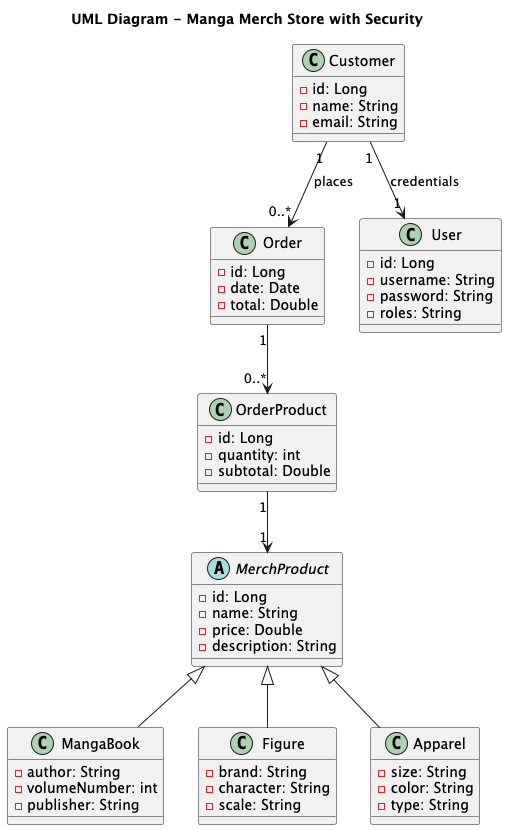
Before: ecommerce/docs/diagrams/ClassDiagram.png, a diagram exported from PlantUML (Ramix76/Ecommerce).
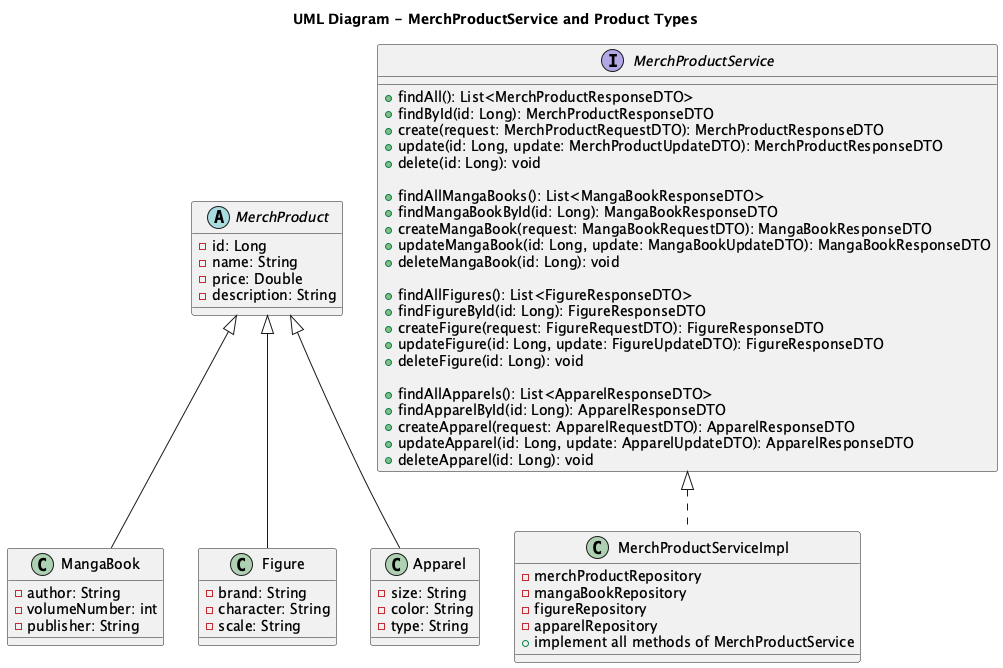
After the change.

Commit message:
Actualizar diagramas UML en README

Change to the diagram source:
```diff
@@ -1,5 +1,5 @@
 @startuml
-title UML Diagram - Manga Merch Store with Security
+title UML Diagram - MerchProductService and Product Types
 
 abstract class MerchProduct {
   - id: Long
@@ -26,38 +26,44 @@
   - type: String
 }
 
-class Customer {
-  - id: Long
-  - name: String
-  - email: String
-}
-
-class Order {
-  - id: Long
-  - date: Date
-  - total: Double
-}
-
-class OrderProduct {
-  - id: Long
-  - quantity: int
-  - subtotal: Double
-}
-
-class User {
-  - id: Long
-  - username: String
-  - password: String
-  - roles: String
-}
-
 MerchProduct <|-- MangaBook
 MerchProduct <|-- Figure
 MerchProduct <|-- Apparel
 
-Customer "1" --> "0..*" Order : places
-Order "1" --> "0..*" OrderProduct
-OrderProduct "1" --> "1" MerchProduct
+interface MerchProductService {
+    + findAll(): List<MerchProductResponseDTO>
+    + findById(id: Long): MerchProductResponseDTO
+    + create(request: MerchProductRequestDTO): MerchProductResponseDTO
+    + update(id: Long, update: MerchProductUpdateDTO): MerchProductResponseDTO
+    + delete(id: Long): void
 
-Customer "1" --> "1" User : credentials
+    + findAllMangaBooks(): List<MangaBookResponseDTO>
+    + findMangaBookById(id: Long): MangaBookResponseDTO
+    + createMangaBook(request: MangaBookRequestDTO): MangaBookResponseDTO
+    + updateMangaBook(id: Long, update: MangaBookUpdateDTO): MangaBookResponseDTO
+    + deleteMangaBook(id: Long): void
+
+    + findAllFigures(): List<FigureResponseDTO>
+    + findFigureById(id: Long): FigureResponseDTO
+    + createFigure(request: FigureRequestDTO): FigureResponseDTO
+    + updateFigure(id: Long, update: FigureUpdateDTO): FigureResponseDTO
+    + deleteFigure(id: Long): void
+
+    + findAllApparels(): List<ApparelResponseDTO>
+    + findApparelById(id: Long): ApparelResponseDTO
+    + createApparel(request: ApparelRequestDTO): ApparelResponseDTO
+    + updateApparel(id: Long, update: ApparelUpdateDTO): ApparelResponseDTO
+    + deleteApparel(id: Long): void
+}
+
+class MerchProductServiceImpl {
+    - merchProductRepository
+    - mangaBookRepository
+    - figureRepository
+    - apparelRepository
+    + implement all methods of MerchProductService
+}
+
+MerchProductService <|.. MerchProductServiceImpl
+
 @enduml
```
